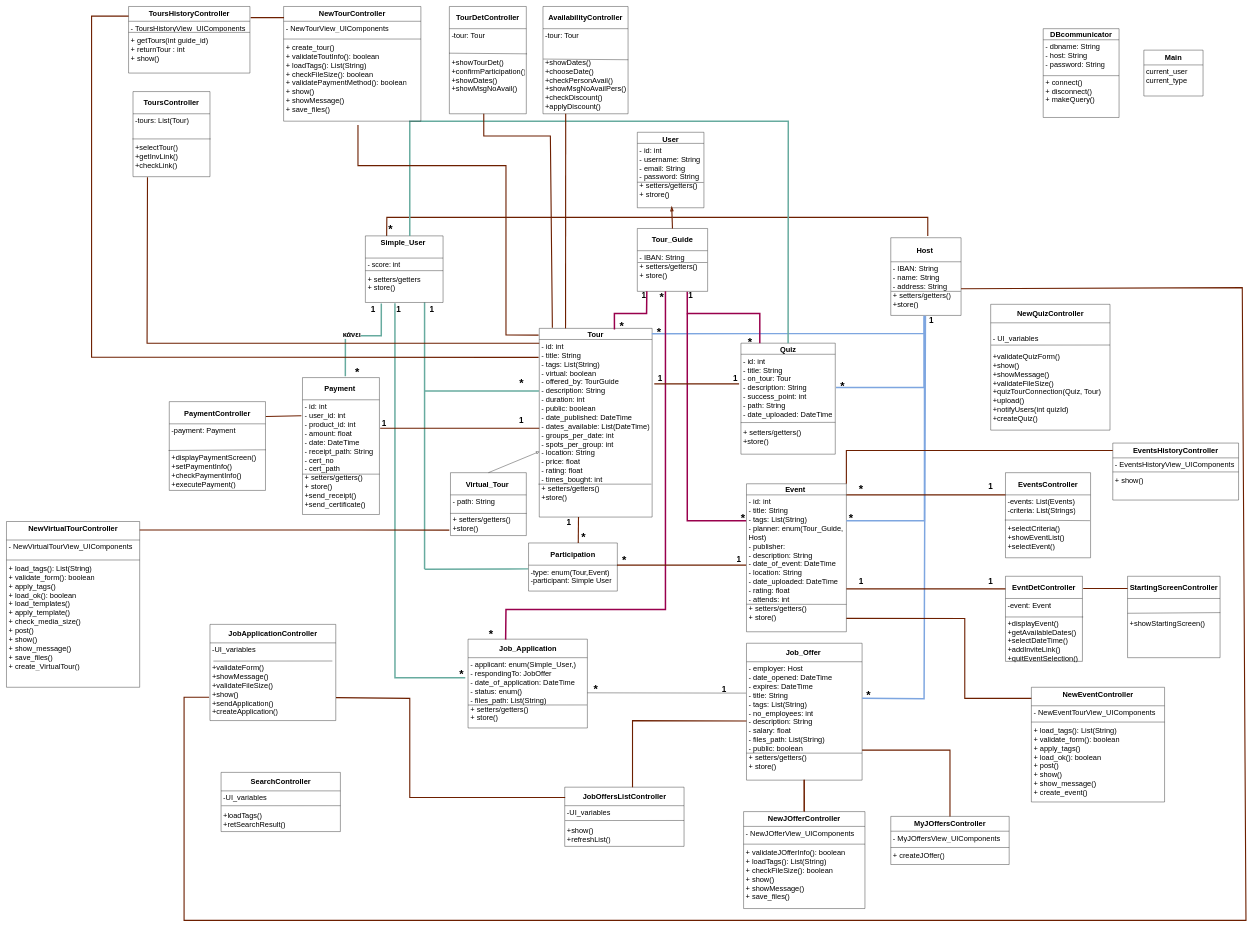
Above: Phase-4/TempFiles/Diagrams/Domain-Model-v0.3_final.drawio in sfikastheo/CEID-SoftwareEngineering-2023 (draw.io), before the change. Source tidied: cells renumbered, new cells numbered last; positions are measured from the earlier drawing's top-left corner, leaving out a move shared by most shapes. Both pictures are drawn from the tidied source at 37%, with x=0, y=0 at pixel (6, 6).
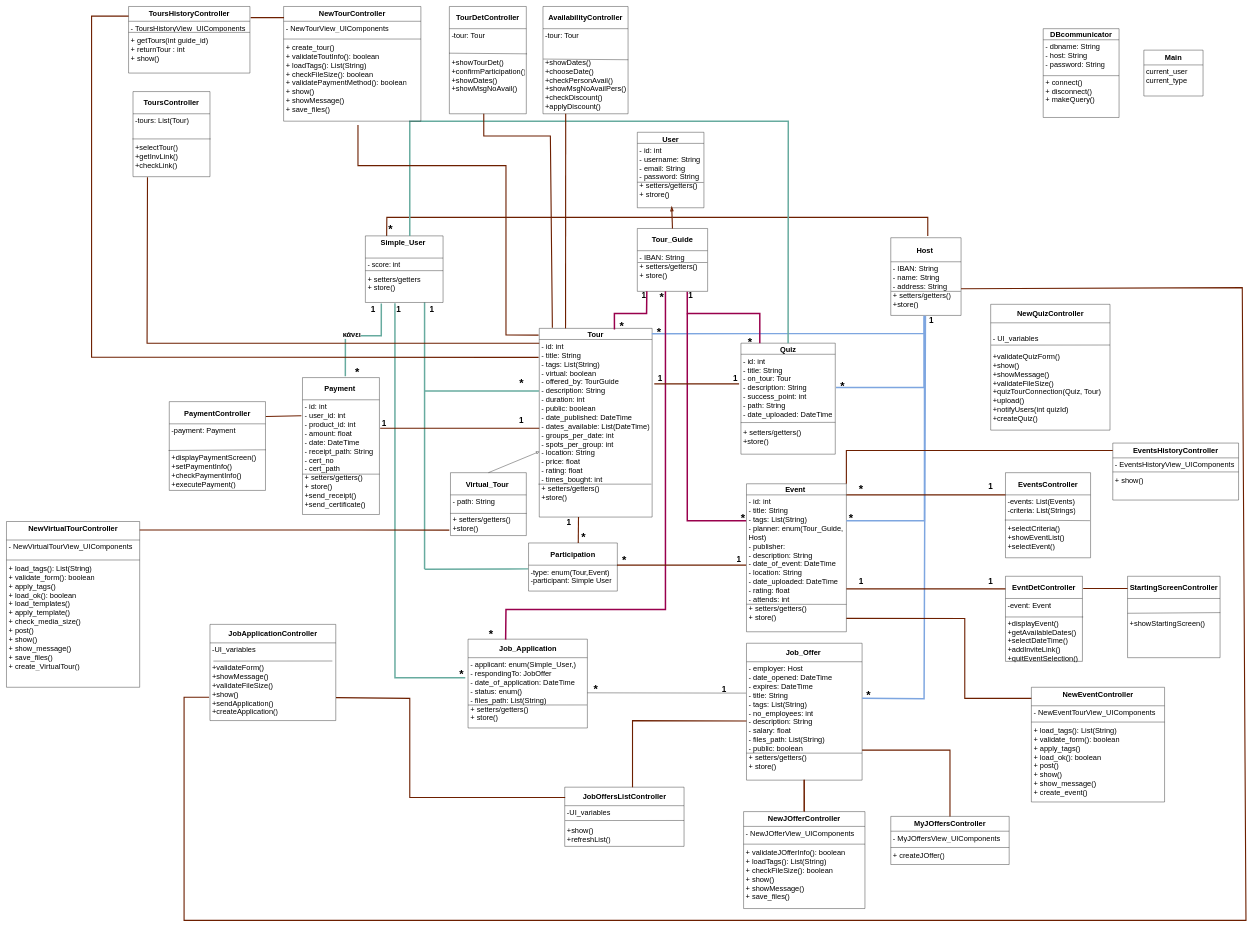
After the change.

What changed in the source:
```diff
@@
-    <mxCell id="103" value="&lt;b&gt;SearchController&lt;/b&gt;" style="swimlane;fontStyle=0;horizontal=1;startSize=50;whiteSpace=wrap;html=1;fontSize=20;" parent="1" vertex="1">
-      <mxGeometry x="580" y="2070" width="322.5" height="160" as="geometry" />
-    </mxCell>
-    <mxCell id="104" style="endArrow=none;html=1;rounded=0;exitX=0;exitY=0.5;exitDx=0;exitDy=0;entryX=0.997;entryY=0.683;entryDx=0;entryDy=0;entryPerimeter=0;" parent="103" edge="1">
-      <mxGeometry relative="1" as="geometry">
-        <mxPoint x="1" y="90.2" as="sourcePoint" />
-        <mxPoint x="322.5" y="90" as="targetPoint" />
-      </mxGeometry>
-    </mxCell>
-    <mxCell id="105" value="-UI_variables&lt;br&gt;&lt;br&gt;+loadTags()&lt;br&gt;+retSearchResult()" style="text;strokeColor=none;fillColor=none;align=left;verticalAlign=top;spacingLeft=4;spacingRight=4;overflow=hidden;whiteSpace=wrap;html=1;fontSize=20;" parent="103" vertex="1">
-      <mxGeometry y="50" width="322.5" height="110" as="geometry" />
-    </mxCell>
```
